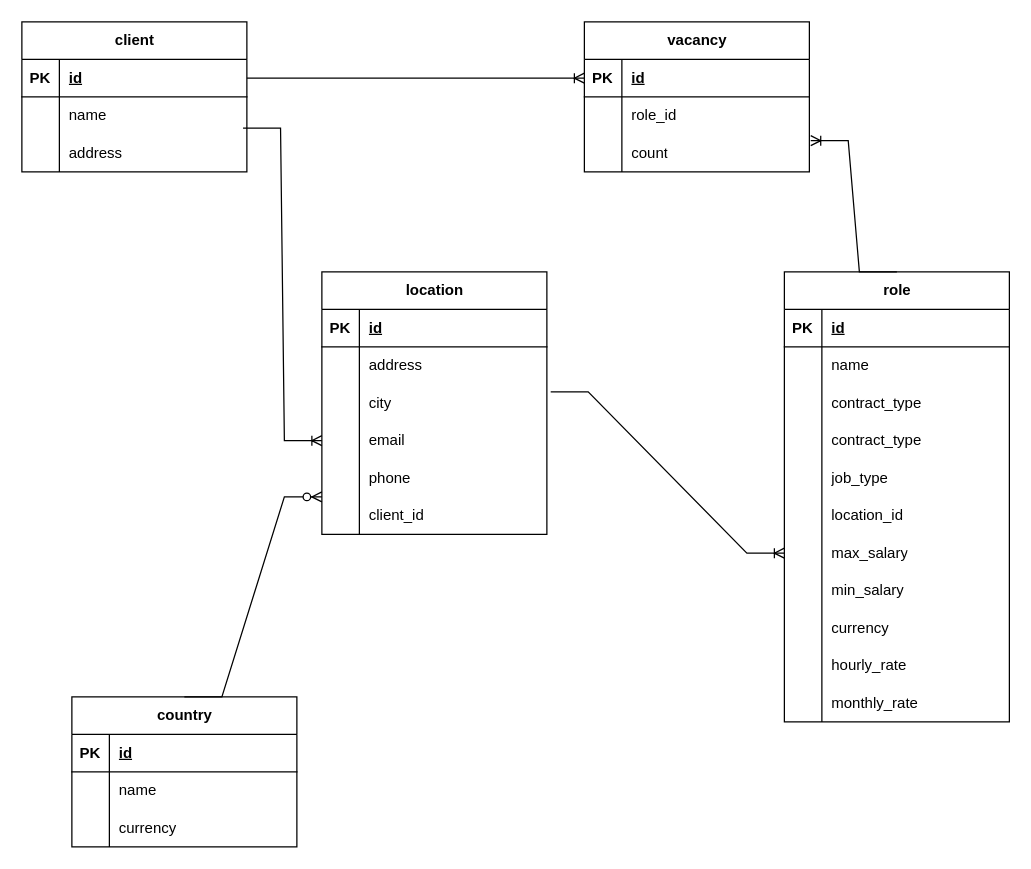
Above: ER.drawio in peguses/education (draw.io), before the change. Source tidied: cells renumbered, new cells numbered last; positions are measured from the earlier drawing's top-left corner, leaving out a move shared by most shapes. Both pictures are drawn from the tidied source at 125%, with x=0, y=0 at pixel (21, 21).
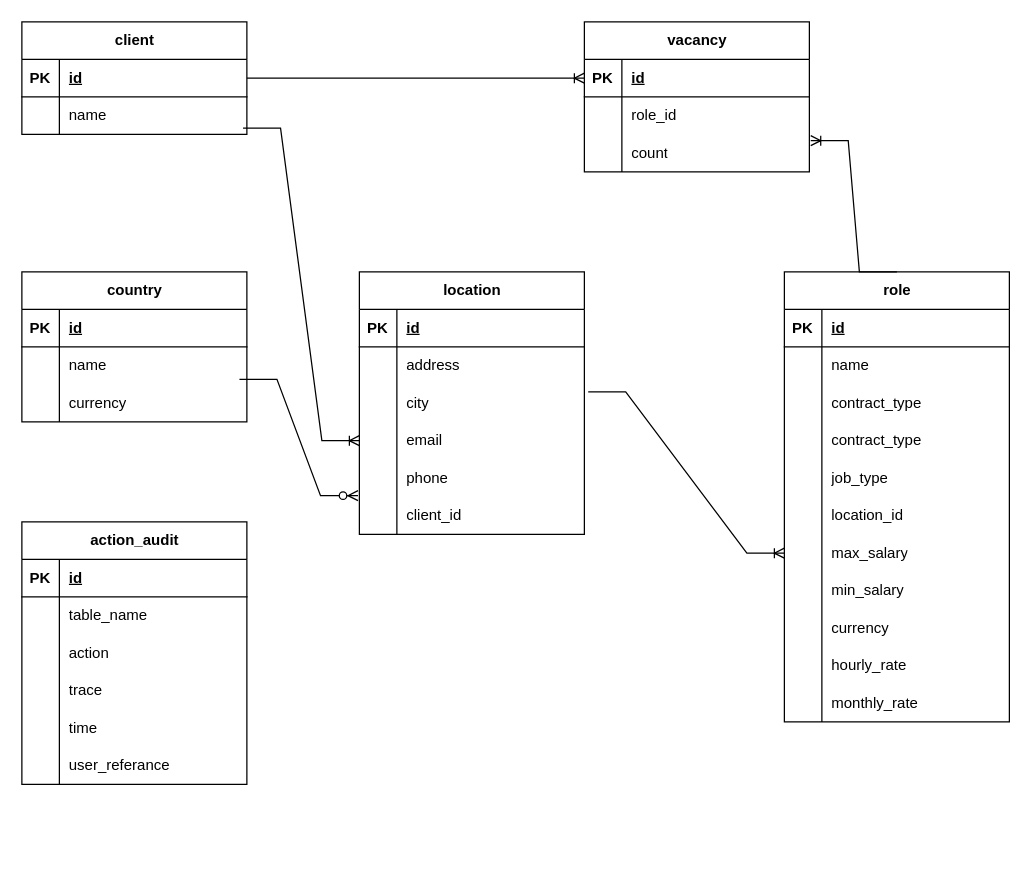
Above is the later version.

Commit message:
audit log table introduced

Unchanged cells that the change refers to:
```xml
<mxCell id="16" style="shape=tableRow;horizontal=0;startSize=0;swimlaneHead=0;swimlaneBody=0;fillColor=none;points=[[0,0.5],[1,0.5]];portConstraint=eastwest;top=0;left=0;right=0;bottom=0;" parent="12" vertex="1">
  <mxGeometry y="60" width="180" height="30" as="geometry" />
</mxCell>
<mxCell id="82" style="shape=tableRow;horizontal=0;startSize=0;swimlaneHead=0;swimlaneBody=0;fillColor=none;points=[[0,0.5],[1,0.5]];portConstraint=eastwest;top=0;left=0;right=0;bottom=0;" parent="66" vertex="1">
  <mxGeometry y="180" width="180" height="30" as="geometry" />
</mxCell>
```

Change to the diagram source:
```diff
@@
     <mxCell id="2" value="client" style="shape=table;startSize=30;childLayout=tableLayout;rowLines=0;fontStyle=1;align=center;html=1;" parent="1" vertex="1">
-      <mxGeometry width="180" height="120" as="geometry" />
+      <mxGeometry width="180" height="90" as="geometry" />
     </mxCell>
@@
-    <mxCell id="9" style="shape=tableRow;horizontal=0;startSize=0;swimlaneHead=0;swimlaneBody=0;fillColor=none;top=0;left=0;right=0;bottom=0;" parent="2" vertex="1">
-      <mxGeometry y="90" width="180" height="30" as="geometry" />
-    </mxCell>
-    <mxCell id="10" style="shape=partialRectangle;fillColor=none;top=0;left=0;bottom=0;right=0;overflow=hidden;whiteSpace=wrap;html=1;" parent="9" vertex="1">
-      <mxGeometry width="30" height="30" as="geometry" />
-    </mxCell>
-    <mxCell id="11" value="address" style="shape=partialRectangle;fillColor=none;top=0;left=0;bottom=0;right=0;align=left;spacingLeft=6;overflow=hidden;whiteSpace=wrap;html=1;" parent="9" vertex="1">
-      <mxGeometry x="30" width="150" height="30" as="geometry" />
-    </mxCell>
     <mxCell id="12" value="country" style="shape=table;startSize=30;childLayout=tableLayout;rowLines=0;fontStyle=1;align=center;html=1;" parent="1" vertex="1">
-      <mxGeometry x="40" y="540" width="180" height="120" as="geometry" />
+      <mxGeometry y="200" width="180" height="120" as="geometry" />
     </mxCell>
@@
     <mxCell id="66" value="location" style="shape=table;startSize=30;childLayout=tableLayout;rowLines=0;fontStyle=1;align=center;html=1;" parent="1" vertex="1">
-      <mxGeometry x="240" y="200" width="180" height="210" as="geometry" />
+      <mxGeometry x="270" y="200" width="180" height="210" as="geometry" />
     </mxCell>
@@
-    <mxCell id="85" style="edgeStyle=entityRelationEdgeStyle;fontSize=12;html=1;endArrow=ERzeroToMany;endFill=1;rounded=0;exitX=0.5;exitY=0;exitDx=0;exitDy=0;entryX=1.011;entryY=0.767;entryDx=0;entryDy=0;entryPerimeter=0;" parent="1" edge="1" source="12">
-      <mxGeometry relative="1" as="geometry">
-        <mxPoint x="240" y="380" as="targetPoint" />
-      </mxGeometry>
+    <mxCell id="85" style="edgeStyle=entityRelationEdgeStyle;fontSize=12;html=1;endArrow=ERzeroToMany;endFill=1;rounded=0;exitX=0.967;exitY=0.867;exitDx=0;exitDy=0;entryX=-0.006;entryY=-0.033;entryDx=0;entryDy=0;entryPerimeter=0;exitPerimeter=0;" parent="1" edge="1" source="16" target="82">
+      <mxGeometry relative="1" as="geometry" />
     </mxCell>
@@
+    <mxCell id="90" value="action_audit" style="shape=table;startSize=30;childLayout=tableLayout;rowLines=0;fontStyle=1;align=center;html=1;" parent="1" vertex="1">
+      <mxGeometry y="400" width="180" height="210" as="geometry" />
+    </mxCell>
+    <mxCell id="91" style="shape=tableRow;horizontal=0;startSize=0;swimlaneHead=0;swimlaneBody=0;fillColor=none;top=0;left=0;right=0;bottom=1;" parent="90" vertex="1">
+      <mxGeometry y="30" width="180" height="30" as="geometry" />
+    </mxCell>
+    <mxCell id="92" value="PK" style="shape=partialRectangle;fillColor=none;top=0;left=0;bottom=0;right=0;fontStyle=1;overflow=hidden;whiteSpace=wrap;html=1;" parent="91" vertex="1">
+      <mxGeometry width="30" height="30" as="geometry" />
+    </mxCell>
+    <mxCell id="93" value="id" style="shape=partialRectangle;fillColor=none;top=0;left=0;bottom=0;right=0;align=left;spacingLeft=6;fontStyle=5;overflow=hidden;whiteSpace=wrap;html=1;" parent="91" vertex="1">
+      <mxGeometry x="30" width="150" height="30" as="geometry" />
+    </mxCell>
+    <mxCell id="94" style="shape=tableRow;horizontal=0;startSize=0;swimlaneHead=0;swimlaneBody=0;fillColor=none;top=0;left=0;right=0;bottom=0;" parent="90" vertex="1">
+      <mxGeometry y="60" width="180" height="30" as="geometry" />
+    </mxCell>
+    <mxCell id="95" style="shape=partialRectangle;fillColor=none;top=0;left=0;bottom=0;right=0;overflow=hidden;whiteSpace=wrap;html=1;" parent="94" vertex="1">
+      <mxGeometry width="30" height="30" as="geometry" />
+    </mxCell>
+    <mxCell id="96" value="table_name" style="shape=partialRectangle;fillColor=none;top=0;left=0;bottom=0;right=0;align=left;spacingLeft=6;overflow=hidden;whiteSpace=wrap;html=1;" parent="94" vertex="1">
+      <mxGeometry x="30" width="150" height="30" as="geometry" />
+    </mxCell>
+    <mxCell id="9" style="shape=tableRow;horizontal=0;startSize=0;swimlaneHead=0;swimlaneBody=0;fillColor=none;top=0;left=0;right=0;bottom=0;" parent="90" vertex="1">
+      <mxGeometry y="90" width="180" height="30" as="geometry" />
+    </mxCell>
+    <mxCell id="97" style="shape=partialRectangle;fillColor=none;top=0;left=0;bottom=0;right=0;overflow=hidden;whiteSpace=wrap;html=1;" parent="9" vertex="1">
+      <mxGeometry width="30" height="30" as="geometry" />
+    </mxCell>
+    <mxCell id="98" value="action" style="shape=partialRectangle;fillColor=none;top=0;left=0;bottom=0;right=0;align=left;spacingLeft=6;overflow=hidden;whiteSpace=wrap;html=1;" parent="9" vertex="1">
+      <mxGeometry x="30" width="150" height="30" as="geometry" />
+    </mxCell>
+    <mxCell id="99" style="shape=tableRow;horizontal=0;startSize=0;swimlaneHead=0;swimlaneBody=0;fillColor=none;top=0;left=0;right=0;bottom=0;" parent="90" vertex="1">
+      <mxGeometry y="120" width="180" height="30" as="geometry" />
+    </mxCell>
+    <mxCell id="100" style="shape=partialRectangle;fillColor=none;top=0;left=0;bottom=0;right=0;overflow=hidden;whiteSpace=wrap;html=1;" parent="99" vertex="1">
+      <mxGeometry width="30" height="30" as="geometry" />
+    </mxCell>
+    <mxCell id="101" value="trace" style="shape=partialRectangle;fillColor=none;top=0;left=0;bottom=0;right=0;align=left;spacingLeft=6;overflow=hidden;whiteSpace=wrap;html=1;" parent="99" vertex="1">
+      <mxGeometry x="30" width="150" height="30" as="geometry" />
+    </mxCell>
+    <mxCell id="102" style="shape=tableRow;horizontal=0;startSize=0;swimlaneHead=0;swimlaneBody=0;fillColor=none;top=0;left=0;right=0;bottom=0;" parent="90" vertex="1">
+      <mxGeometry y="150" width="180" height="30" as="geometry" />
+    </mxCell>
+    <mxCell id="103" style="shape=partialRectangle;fillColor=none;top=0;left=0;bottom=0;right=0;overflow=hidden;whiteSpace=wrap;html=1;" parent="102" vertex="1">
+      <mxGeometry width="30" height="30" as="geometry" />
+    </mxCell>
+    <mxCell id="104" value="time" style="shape=partialRectangle;fillColor=none;top=0;left=0;bottom=0;right=0;align=left;spacingLeft=6;overflow=hidden;whiteSpace=wrap;html=1;" parent="102" vertex="1">
+      <mxGeometry x="30" width="150" height="30" as="geometry" />
+    </mxCell>
+    <mxCell id="105" style="shape=tableRow;horizontal=0;startSize=0;swimlaneHead=0;swimlaneBody=0;fillColor=none;top=0;left=0;right=0;bottom=0;" parent="90" vertex="1">
+      <mxGeometry y="180" width="180" height="30" as="geometry" />
+    </mxCell>
+    <mxCell id="106" style="shape=partialRectangle;fillColor=none;top=0;left=0;bottom=0;right=0;overflow=hidden;whiteSpace=wrap;html=1;" parent="105" vertex="1">
+      <mxGeometry width="30" height="30" as="geometry" />
+    </mxCell>
+    <mxCell id="107" value="user_referance" style="shape=partialRectangle;fillColor=none;top=0;left=0;bottom=0;right=0;align=left;spacingLeft=6;overflow=hidden;whiteSpace=wrap;html=1;" parent="105" vertex="1">
+      <mxGeometry x="30" width="150" height="30" as="geometry" />
+    </mxCell>
```
